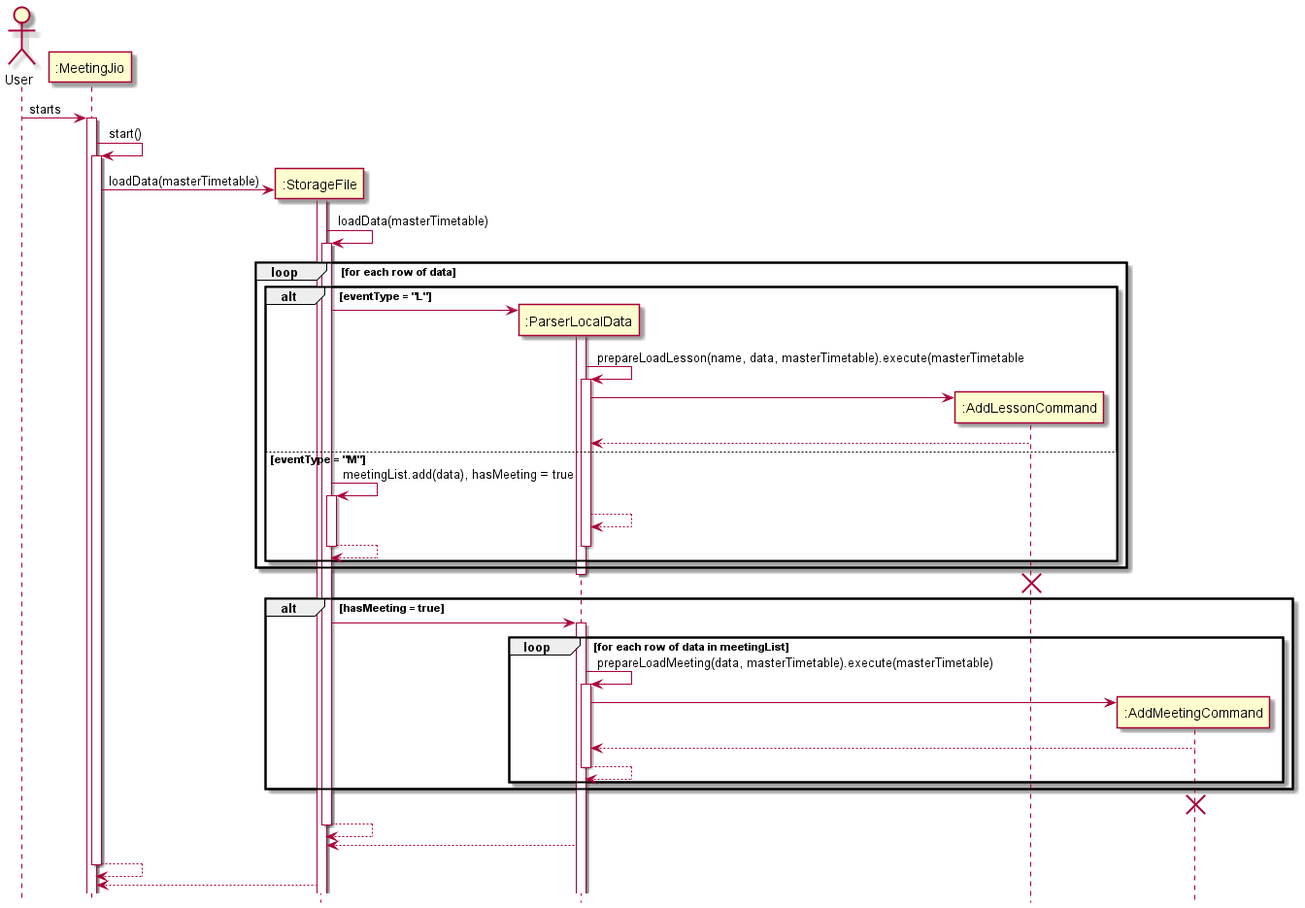
Earlier version of the PlantUML export docs/images/LoadSequenceDiagram.png (nus-cs2113-AY2122S2/tp).
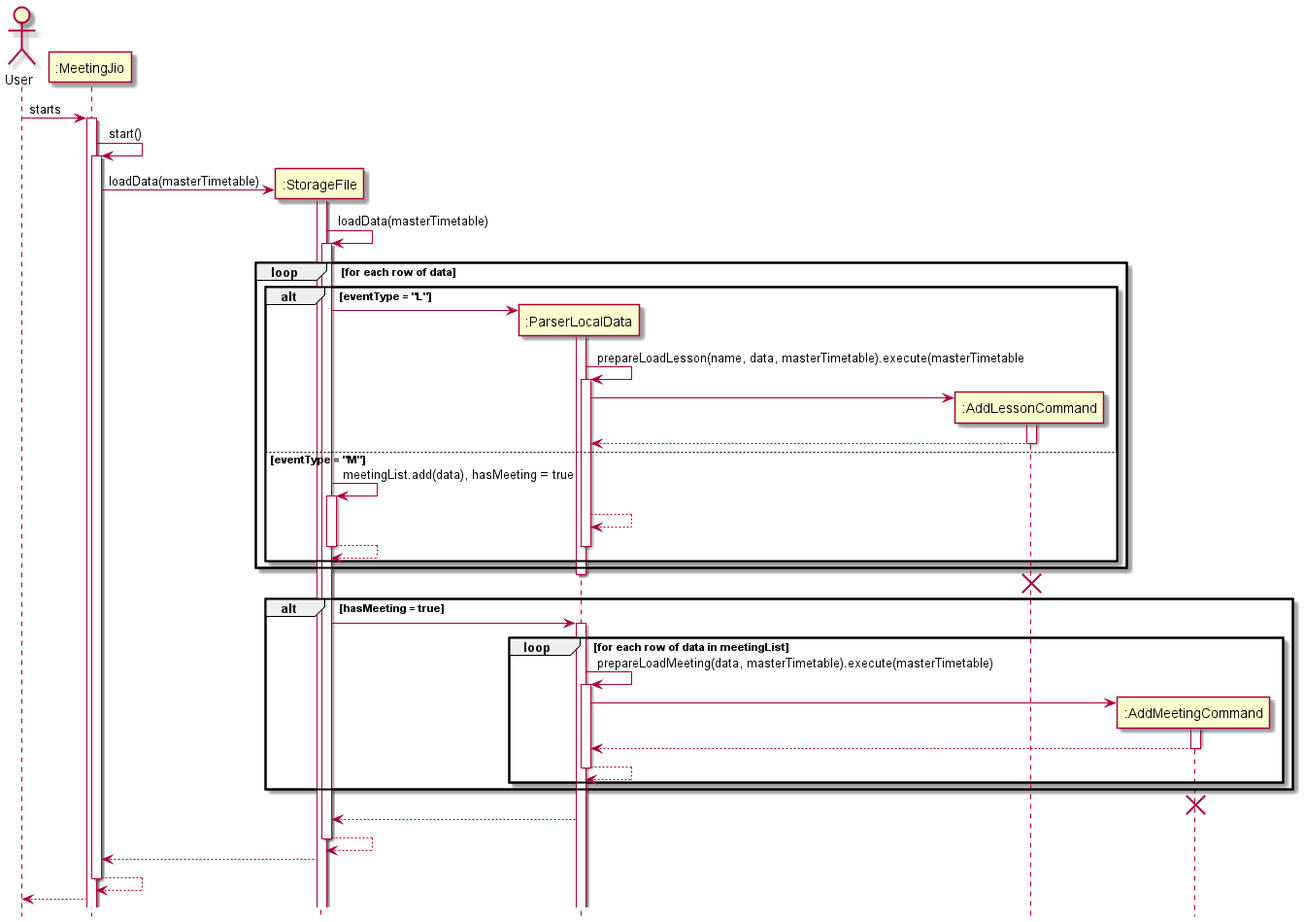
After the change.

Commit message:
update user guide and load sequence diagram

Change to the diagram source:
```diff
@@ -14,7 +14,7 @@
 ":StorageFile" -> ":ParserLocalData" ++:
 ":ParserLocalData" -> ":ParserLocalData" ++:prepareLoadLesson(name, data, masterTimetable).execute(masterTimetable
 create ":AddLessonCommand"
-":ParserLocalData" -> ":AddLessonCommand"
+":ParserLocalData" -> ":AddLessonCommand" ++
 ":AddLessonCommand" --> ":ParserLocalData"
 deactivate ":AddLessonCommand"
 else eventType = "M"
@@ -32,7 +32,7 @@
 loop for each row of data in meetingList
 ":ParserLocalData" -> ":ParserLocalData" ++:prepareLoadMeeting(data, masterTimetable).execute(masterTimetable)
 create ":AddMeetingCommand"
-":ParserLocalData" -> ":AddMeetingCommand"
+":ParserLocalData" -> ":AddMeetingCommand" ++
 ":AddMeetingCommand" --> ":ParserLocalData"
 deactivate ":AddMeetingCommand"
 ":ParserLocalData" --> ":ParserLocalData"
@@ -40,10 +40,13 @@
 end
 end
 destroy ":AddMeetingCommand"
+":ParserLocalData" --> ":StorageFile"
 ":StorageFile" --> ":StorageFile"
 deactivate ":StorageFile"
-":ParserLocalData" --> ":StorageFile"
+":StorageFile" --> ":MeetingJio"
 ":MeetingJio" --> ":MeetingJio"
 deactivate ":MeetingJio"
-":StorageFile" --> ":MeetingJio"
+
+":MeetingJio" --> User
+
 @enduml
```
